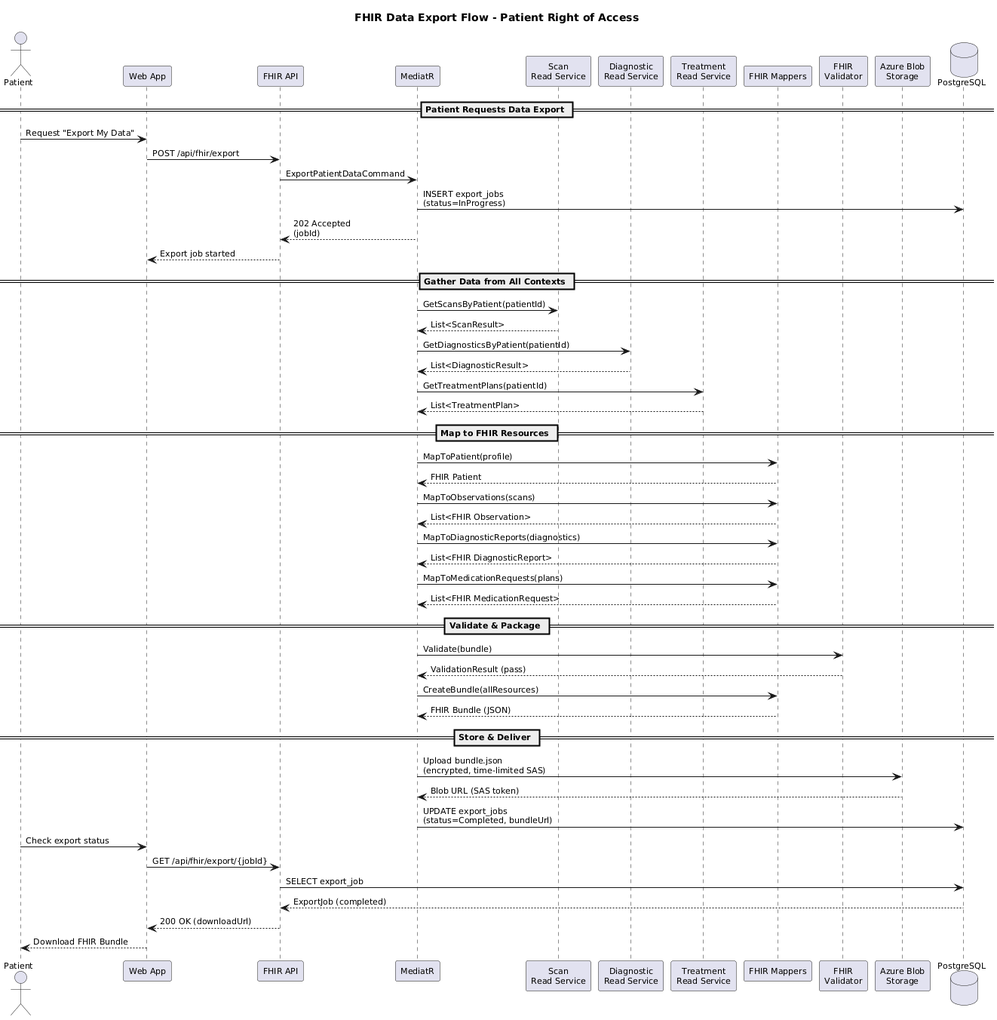
The PlantUML diagram docs/detailed-design/11-fhir-interoperability/seq-data-export.png in QuinntyneBrown/ClearEyeQ, before a commit. The source it was exported from:
```plantuml
@startuml
skinparam defaultFontSize 11
skinparam sequenceArrowThickness 1
skinparam maxMessageSize 180

title FHIR Data Export Flow - Patient Right of Access

actor "Patient" as patient
participant "Web App" as app
participant "FHIR API" as api
participant "MediatR" as mediatr
participant "Scan\nRead Service" as scan
participant "Diagnostic\nRead Service" as diag
participant "Treatment\nRead Service" as treat
participant "FHIR Mappers" as mappers
participant "FHIR\nValidator" as validator
participant "Azure Blob\nStorage" as blob
database "PostgreSQL" as db

== Patient Requests Data Export ==

patient -> app : Request "Export My Data"
app -> api : POST /api/fhir/export
api -> mediatr : ExportPatientDataCommand
mediatr -> db : INSERT export_jobs\n(status=InProgress)
mediatr --> api : 202 Accepted\n(jobId)
api --> app : Export job started

== Gather Data from All Contexts ==

mediatr -> scan : GetScansByPatient(patientId)
scan --> mediatr : List<ScanResult>

mediatr -> diag : GetDiagnosticsByPatient(patientId)
diag --> mediatr : List<DiagnosticResult>

mediatr -> treat : GetTreatmentPlans(patientId)
treat --> mediatr : List<TreatmentPlan>

== Map to FHIR Resources ==

mediatr -> mappers : MapToPatient(profile)
mappers --> mediatr : FHIR Patient

mediatr -> mappers : MapToObservations(scans)
mappers --> mediatr : List<FHIR Observation>

mediatr -> mappers : MapToDiagnosticReports(diagnostics)
mappers --> mediatr : List<FHIR DiagnosticReport>

mediatr -> mappers : MapToMedicationRequests(plans)
mappers --> mediatr : List<FHIR MedicationRequest>

== Validate & Package ==

mediatr -> validator : Validate(bundle)
validator --> mediatr : ValidationResult (pass)

mediatr -> mappers : CreateBundle(allResources)
mappers --> mediatr : FHIR Bundle (JSON)

== Store & Deliver ==

mediatr -> blob : Upload bundle.json\n(encrypted, time-limited SAS)
blob --> mediatr : Blob URL (SAS token)

mediatr -> db : UPDATE export_jobs\n(status=Completed, bundleUrl)

patient -> app : Check export status
app -> api : GET /api/fhir/export/{jobId}
api -> db : SELECT export_job
db --> api : ExportJob (completed)
api --> app : 200 OK (downloadUrl)
app --> patient : Download FHIR Bundle
@enduml
```
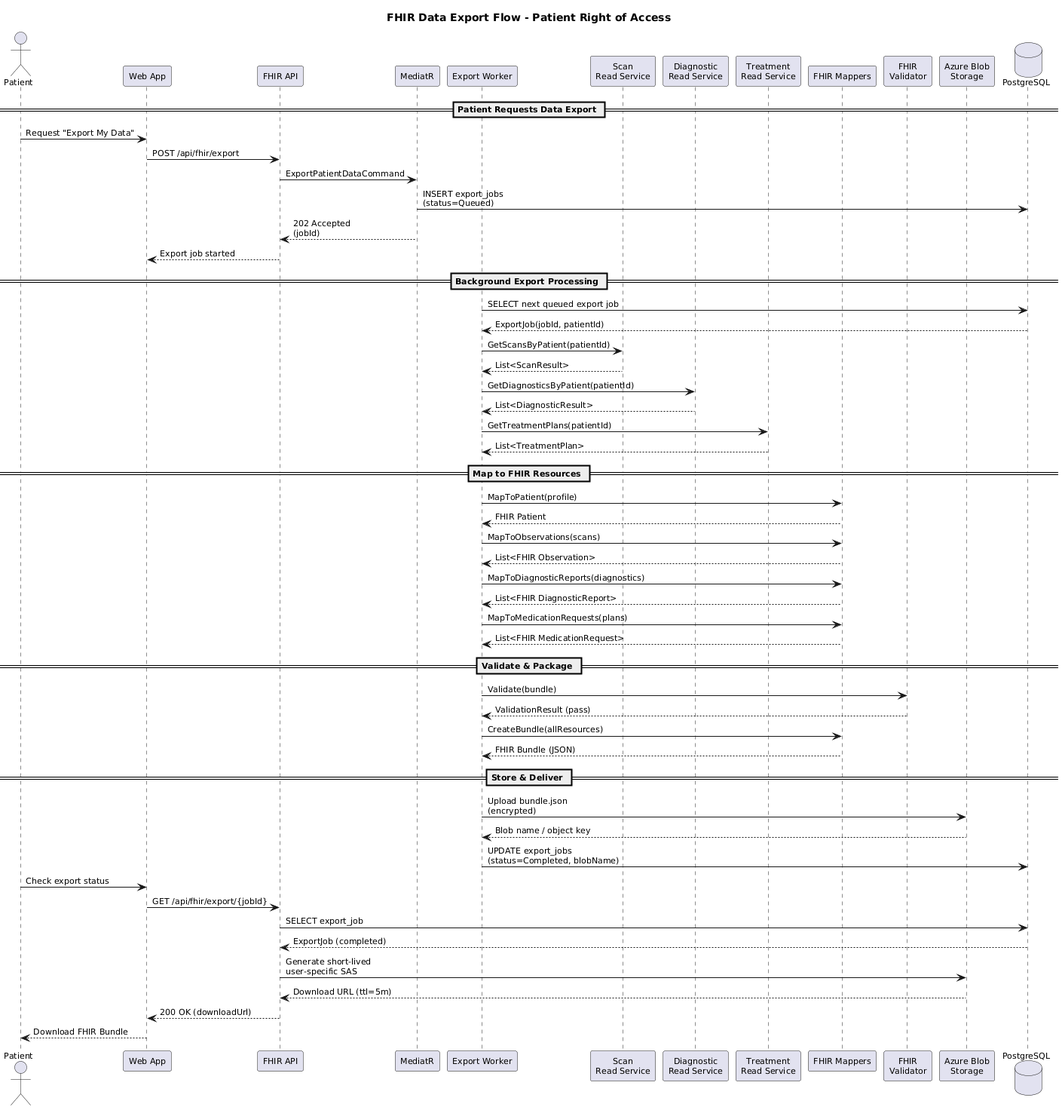
The same file after the commit.

The edit, as a diff of the source:
```diff
@@ -9,6 +9,7 @@
 participant "Web App" as app
 participant "FHIR API" as api
 participant "MediatR" as mediatr
+participant "Export Worker" as worker
 participant "Scan\nRead Service" as scan
 participant "Diagnostic\nRead Service" as diag
 participant "Treatment\nRead Service" as treat
@@ -22,54 +23,59 @@
 patient -> app : Request "Export My Data"
 app -> api : POST /api/fhir/export
 api -> mediatr : ExportPatientDataCommand
-mediatr -> db : INSERT export_jobs\n(status=InProgress)
+mediatr -> db : INSERT export_jobs\n(status=Queued)
 mediatr --> api : 202 Accepted\n(jobId)
 api --> app : Export job started
 
-== Gather Data from All Contexts ==
+== Background Export Processing ==
 
-mediatr -> scan : GetScansByPatient(patientId)
-scan --> mediatr : List<ScanResult>
+worker -> db : SELECT next queued export job
+db --> worker : ExportJob(jobId, patientId)
 
-mediatr -> diag : GetDiagnosticsByPatient(patientId)
-diag --> mediatr : List<DiagnosticResult>
+worker -> scan : GetScansByPatient(patientId)
+scan --> worker : List<ScanResult>
 
-mediatr -> treat : GetTreatmentPlans(patientId)
-treat --> mediatr : List<TreatmentPlan>
+worker -> diag : GetDiagnosticsByPatient(patientId)
+diag --> worker : List<DiagnosticResult>
+
+worker -> treat : GetTreatmentPlans(patientId)
+treat --> worker : List<TreatmentPlan>
 
 == Map to FHIR Resources ==
 
-mediatr -> mappers : MapToPatient(profile)
-mappers --> mediatr : FHIR Patient
+worker -> mappers : MapToPatient(profile)
+mappers --> worker : FHIR Patient
 
-mediatr -> mappers : MapToObservations(scans)
-mappers --> mediatr : List<FHIR Observation>
+worker -> mappers : MapToObservations(scans)
+mappers --> worker : List<FHIR Observation>
 
-mediatr -> mappers : MapToDiagnosticReports(diagnostics)
-mappers --> mediatr : List<FHIR DiagnosticReport>
+worker -> mappers : MapToDiagnosticReports(diagnostics)
+mappers --> worker : List<FHIR DiagnosticReport>
 
-mediatr -> mappers : MapToMedicationRequests(plans)
-mappers --> mediatr : List<FHIR MedicationRequest>
+worker -> mappers : MapToMedicationRequests(plans)
+mappers --> worker : List<FHIR MedicationRequest>
 
 == Validate & Package ==
 
-mediatr -> validator : Validate(bundle)
-validator --> mediatr : ValidationResult (pass)
+worker -> validator : Validate(bundle)
+validator --> worker : ValidationResult (pass)
 
-mediatr -> mappers : CreateBundle(allResources)
-mappers --> mediatr : FHIR Bundle (JSON)
+worker -> mappers : CreateBundle(allResources)
+mappers --> worker : FHIR Bundle (JSON)
 
 == Store & Deliver ==
 
-mediatr -> blob : Upload bundle.json\n(encrypted, time-limited SAS)
-blob --> mediatr : Blob URL (SAS token)
+worker -> blob : Upload bundle.json\n(encrypted)
+blob --> worker : Blob name / object key
 
-mediatr -> db : UPDATE export_jobs\n(status=Completed, bundleUrl)
+worker -> db : UPDATE export_jobs\n(status=Completed, blobName)
 
 patient -> app : Check export status
 app -> api : GET /api/fhir/export/{jobId}
 api -> db : SELECT export_job
 db --> api : ExportJob (completed)
+api -> blob : Generate short-lived\nuser-specific SAS
+blob --> api : Download URL (ttl=5m)
 api --> app : 200 OK (downloadUrl)
 app --> patient : Download FHIR Bundle
 @enduml
```
